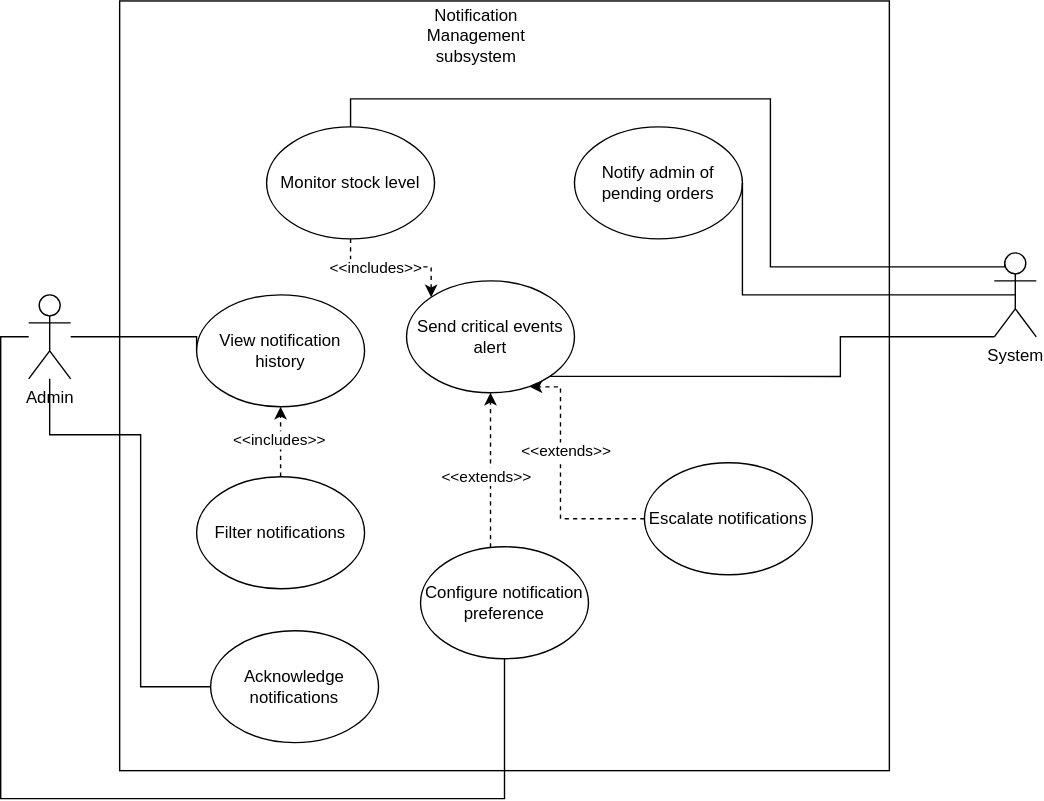
Above: usecase1.svg in Simamkele88/IFM3_GP (draw.io), before the change. Source tidied: cells renumbered, new cells last; positions are measured from the earlier drawing's top-left corner, leaving out a move shared by most shapes. The source it was exported from:
```xml
<mxGraphModel>
  <root>
    <mxCell id="0" />
    <mxCell id="1" parent="0" />
    <mxCell id="2" style="whiteSpace=wrap;html=1;" parent="1" vertex="1">
      <mxGeometry x="85" width="550" height="550" as="geometry" />
    </mxCell>
    <mxCell id="3" style="edgeStyle=orthogonalEdgeStyle;rounded=0;jettySize=auto;html=1;entryX=0;entryY=0.5;entryDx=0;entryDy=0;endArrow=none;startFill=0;" parent="1" edge="1" source="6" target="21">
      <mxGeometry relative="1" as="geometry">
        <Array as="points">
          <mxPoint x="35" y="310" />
          <mxPoint x="100" y="310" />
          <mxPoint x="100" y="490" />
        </Array>
      </mxGeometry>
    </mxCell>
    <mxCell id="4" style="edgeStyle=orthogonalEdgeStyle;rounded=0;jettySize=auto;html=1;entryX=0.5;entryY=1;entryDx=0;entryDy=0;endArrow=none;startFill=0;" parent="1" edge="1" source="6" target="14">
      <mxGeometry relative="1" as="geometry">
        <Array as="points">
          <mxPoint y="240" />
          <mxPoint y="570" />
          <mxPoint x="360" y="570" />
        </Array>
      </mxGeometry>
    </mxCell>
    <mxCell id="5" style="edgeStyle=orthogonalEdgeStyle;rounded=0;jettySize=auto;html=1;entryX=0;entryY=0.5;entryDx=0;entryDy=0;endArrow=none;startFill=0;" parent="1" edge="1" target="15">
      <mxGeometry relative="1" as="geometry">
        <mxPoint x="50" y="240" as="sourcePoint" />
        <Array as="points">
          <mxPoint x="140" y="240" />
        </Array>
      </mxGeometry>
    </mxCell>
    <mxCell id="6" value="Admin" style="shape=umlActor;verticalLabelPosition=bottom;verticalAlign=top;html=1;outlineConnect=0;" parent="1" vertex="1">
      <mxGeometry x="20" y="210" width="30" height="60" as="geometry" />
    </mxCell>
    <mxCell id="7" value="Notification Management subsystem" style="text;html=1;align=center;verticalAlign=middle;whiteSpace=wrap;rounded=0;" parent="1" vertex="1">
      <mxGeometry x="310" y="10" width="60" height="30" as="geometry" />
    </mxCell>
    <mxCell id="8" style="edgeStyle=orthogonalEdgeStyle;rounded=0;jettySize=auto;html=1;entryX=0;entryY=0;entryDx=0;entryDy=0;dashed=1;" parent="1" edge="1" source="10" target="16">
      <mxGeometry relative="1" as="geometry" />
    </mxCell>
    <mxCell id="9" value="&amp;lt;&amp;lt;includes&amp;gt;&amp;gt;" style="edgeLabel;html=1;align=center;verticalAlign=middle;" parent="8" vertex="1">
      <mxGeometry x="-0.25" relative="1" as="geometry" />
    </mxCell>
    <mxCell id="10" value="&lt;div&gt;Monitor stock level&lt;/div&gt;" style="ellipse;whiteSpace=wrap;html=1;" parent="1" vertex="1">
      <mxGeometry x="190" y="90" width="120" height="80" as="geometry" />
    </mxCell>
    <mxCell id="11" value="Notify admin of pending orders" style="ellipse;whiteSpace=wrap;html=1;" parent="1" vertex="1">
      <mxGeometry x="410" y="90" width="120" height="80" as="geometry" />
    </mxCell>
    <mxCell id="12" style="edgeStyle=orthogonalEdgeStyle;rounded=0;jettySize=auto;html=1;entryX=0.5;entryY=1;entryDx=0;entryDy=0;dashed=1;" parent="1" edge="1" source="14" target="16">
      <mxGeometry relative="1" as="geometry">
        <Array as="points">
          <mxPoint x="350" y="380" />
          <mxPoint x="350" y="380" />
        </Array>
      </mxGeometry>
    </mxCell>
    <mxCell id="13" value="&amp;lt;&amp;lt;extends&amp;gt;&amp;gt;" style="edgeLabel;html=1;align=center;verticalAlign=middle;" parent="12" vertex="1">
      <mxGeometry x="-0.09" y="2" relative="1" as="geometry">
        <mxPoint x="-2" as="offset" />
      </mxGeometry>
    </mxCell>
    <mxCell id="14" value="Configure notification preference" style="ellipse;whiteSpace=wrap;html=1;" parent="1" vertex="1">
      <mxGeometry x="300" y="390" width="120" height="80" as="geometry" />
    </mxCell>
    <mxCell id="15" value="View notification history" style="ellipse;whiteSpace=wrap;html=1;" parent="1" vertex="1">
      <mxGeometry x="140" y="210" width="120" height="80" as="geometry" />
    </mxCell>
    <mxCell id="16" value="Send critical events alert" style="ellipse;whiteSpace=wrap;html=1;" parent="1" vertex="1">
      <mxGeometry x="290" y="200" width="120" height="80" as="geometry" />
    </mxCell>
    <mxCell id="17" style="edgeStyle=orthogonalEdgeStyle;rounded=0;jettySize=auto;html=1;entryX=0.5;entryY=0;entryDx=0;entryDy=0;exitX=0.25;exitY=0.1;exitDx=0;exitDy=0;exitPerimeter=0;endArrow=none;startFill=0;" parent="1" edge="1" source="19" target="10">
      <mxGeometry relative="1" as="geometry">
        <Array as="points">
          <mxPoint x="718" y="190" />
          <mxPoint x="550" y="190" />
          <mxPoint x="550" y="70" />
          <mxPoint x="250" y="70" />
        </Array>
      </mxGeometry>
    </mxCell>
    <mxCell id="18" style="edgeStyle=orthogonalEdgeStyle;rounded=0;jettySize=auto;html=1;exitX=0;exitY=1;exitDx=0;exitDy=0;exitPerimeter=0;entryX=1;entryY=1;entryDx=0;entryDy=0;endArrow=none;startFill=0;" parent="1" edge="1" source="19" target="16">
      <mxGeometry relative="1" as="geometry">
        <Array as="points">
          <mxPoint x="600" y="240" />
          <mxPoint x="600" y="268" />
        </Array>
      </mxGeometry>
    </mxCell>
    <mxCell id="19" value="System" style="shape=umlActor;verticalLabelPosition=bottom;verticalAlign=top;html=1;outlineConnect=0;" parent="1" vertex="1">
      <mxGeometry x="710" y="180" width="30" height="60" as="geometry" />
    </mxCell>
    <mxCell id="20" style="edgeStyle=orthogonalEdgeStyle;rounded=0;jettySize=auto;html=1;exitX=1;exitY=0.5;exitDx=0;exitDy=0;entryX=0.5;entryY=0.5;entryDx=0;entryDy=0;entryPerimeter=0;endArrow=none;startFill=0;" parent="1" edge="1" source="11" target="19">
      <mxGeometry relative="1" as="geometry">
        <Array as="points">
          <mxPoint x="530" y="210" />
        </Array>
      </mxGeometry>
    </mxCell>
    <mxCell id="21" value="Acknowledge notifications" style="ellipse;whiteSpace=wrap;html=1;" parent="1" vertex="1">
      <mxGeometry x="150" y="450" width="120" height="80" as="geometry" />
    </mxCell>
    <mxCell id="22" value="Escalate notifications" style="ellipse;whiteSpace=wrap;html=1;" parent="1" vertex="1">
      <mxGeometry x="460" y="330" width="120" height="80" as="geometry" />
    </mxCell>
    <mxCell id="23" style="edgeStyle=orthogonalEdgeStyle;rounded=0;jettySize=auto;html=1;exitX=0.5;exitY=0;exitDx=0;exitDy=0;entryX=0.5;entryY=1;entryDx=0;entryDy=0;dashed=1;" parent="1" edge="1" source="25" target="15">
      <mxGeometry relative="1" as="geometry" />
    </mxCell>
    <mxCell id="24" value="&amp;lt;&amp;lt;includes&amp;gt;&amp;gt;" style="edgeLabel;html=1;align=center;verticalAlign=middle;" parent="23" vertex="1">
      <mxGeometry x="0.08" y="2" relative="1" as="geometry" />
    </mxCell>
    <mxCell id="25" value="Filter notifications" style="ellipse;whiteSpace=wrap;html=1;" parent="1" vertex="1">
      <mxGeometry x="140" y="340" width="120" height="80" as="geometry" />
    </mxCell>
    <mxCell id="26" style="edgeStyle=orthogonalEdgeStyle;rounded=0;jettySize=auto;html=1;entryX=0.733;entryY=0.947;entryDx=0;entryDy=0;entryPerimeter=0;dashed=1;" parent="1" edge="1" source="22" target="16">
      <mxGeometry relative="1" as="geometry">
        <Array as="points">
          <mxPoint x="400" y="370" />
          <mxPoint x="400" y="276" />
        </Array>
      </mxGeometry>
    </mxCell>
    <mxCell id="27" value="&amp;lt;&amp;lt;extends&amp;gt;&amp;gt;" style="edgeLabel;html=1;align=center;verticalAlign=middle;" parent="26" vertex="1">
      <mxGeometry x="0.24" y="-3" relative="1" as="geometry" />
    </mxCell>
  </root>
</mxGraphModel>
```
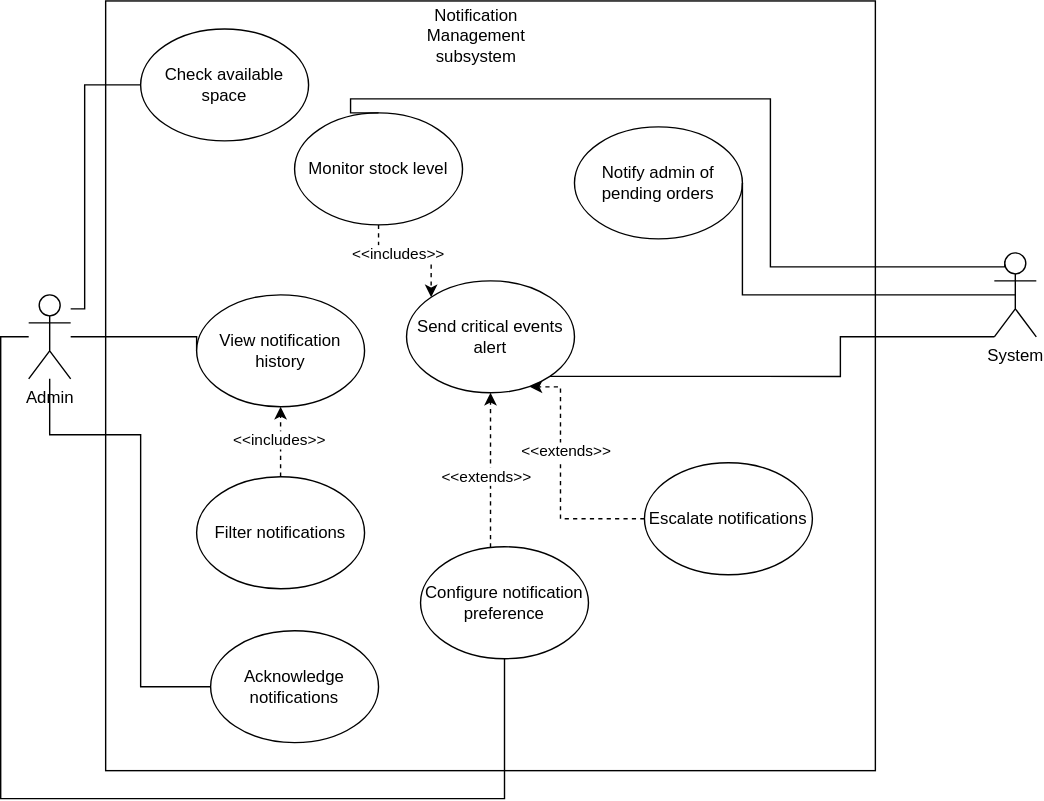
Later version of the same file.

Diff of the diagram source:
```diff
@@ -3,7 +3,7 @@
     <mxCell id="0" />
     <mxCell id="1" parent="0" />
     <mxCell id="2" style="whiteSpace=wrap;html=1;" parent="1" vertex="1">
-      <mxGeometry x="85" width="550" height="550" as="geometry" />
+      <mxGeometry x="75" width="550" height="550" as="geometry" />
     </mxCell>
     <mxCell id="3" style="edgeStyle=orthogonalEdgeStyle;rounded=0;jettySize=auto;html=1;entryX=0;entryY=0.5;entryDx=0;entryDy=0;endArrow=none;startFill=0;" parent="1" edge="1" source="6" target="21">
       <mxGeometry relative="1" as="geometry">
@@ -31,6 +31,14 @@
         </Array>
       </mxGeometry>
     </mxCell>
+    <mxCell id="28" style="edgeStyle=orthogonalEdgeStyle;rounded=0;jettySize=auto;html=1;entryX=0;entryY=0.5;entryDx=0;entryDy=0;endArrow=none;startFill=0;" parent="1" edge="1" source="6" target="29">
+      <mxGeometry relative="1" as="geometry">
+        <Array as="points">
+          <mxPoint x="60" y="220" />
+          <mxPoint x="60" y="60" />
+        </Array>
+      </mxGeometry>
+    </mxCell>
     <mxCell id="6" value="Admin" style="shape=umlActor;verticalLabelPosition=bottom;verticalAlign=top;html=1;outlineConnect=0;" parent="1" vertex="1">
       <mxGeometry x="20" y="210" width="30" height="60" as="geometry" />
     </mxCell>
@@ -44,7 +52,7 @@
       <mxGeometry x="-0.25" relative="1" as="geometry" />
     </mxCell>
     <mxCell id="10" value="&lt;div&gt;Monitor stock level&lt;/div&gt;" style="ellipse;whiteSpace=wrap;html=1;" parent="1" vertex="1">
-      <mxGeometry x="190" y="90" width="120" height="80" as="geometry" />
+      <mxGeometry x="210" y="80" width="120" height="80" as="geometry" />
     </mxCell>
     <mxCell id="11" value="Notify admin of pending orders" style="ellipse;whiteSpace=wrap;html=1;" parent="1" vertex="1">
       <mxGeometry x="410" y="90" width="120" height="80" as="geometry" />
@@ -125,5 +133,8 @@
     <mxCell id="27" value="&amp;lt;&amp;lt;extends&amp;gt;&amp;gt;" style="edgeLabel;html=1;align=center;verticalAlign=middle;" parent="26" vertex="1">
       <mxGeometry x="0.24" y="-3" relative="1" as="geometry" />
     </mxCell>
+    <mxCell id="29" value="&lt;div&gt;Check available space&lt;/div&gt;" style="ellipse;whiteSpace=wrap;html=1;" parent="1" vertex="1">
+      <mxGeometry x="100" y="20" width="120" height="80" as="geometry" />
+    </mxCell>
   </root>
 </mxGraphModel>
```
